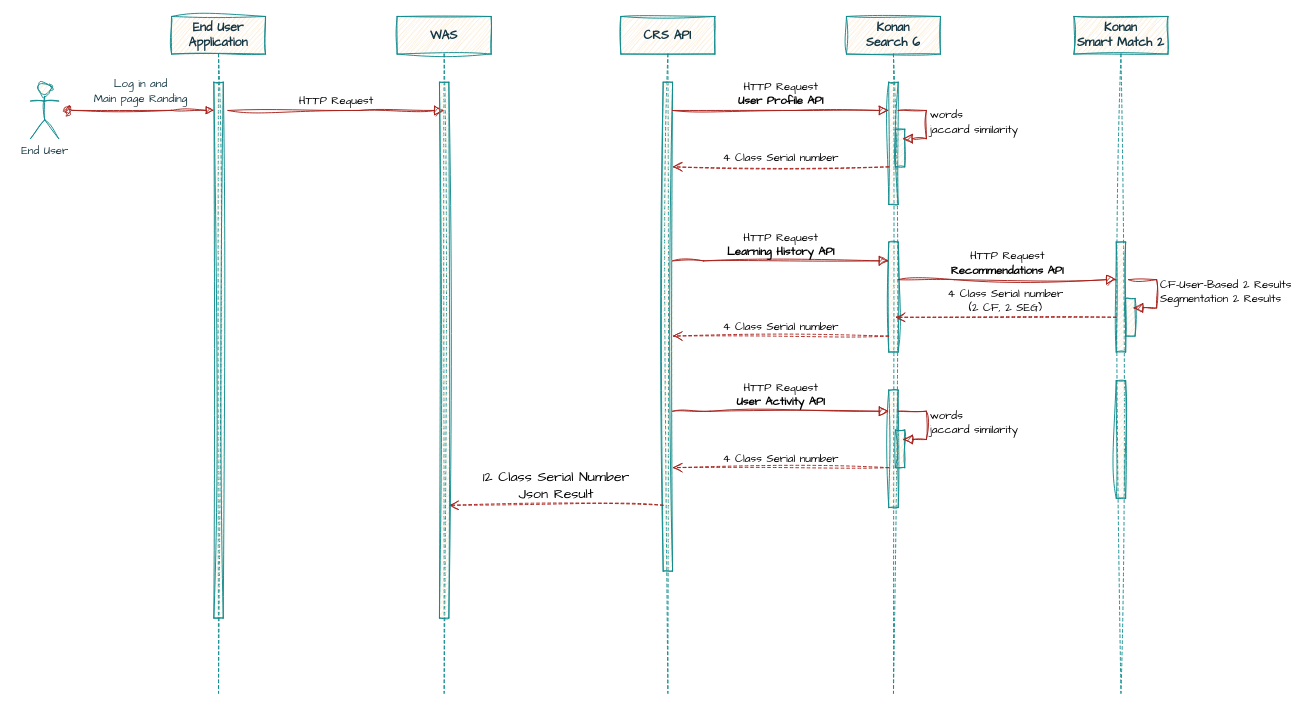
The draw.io diagram user_profile.drawio in k1mtaeye07/nile, before the edit. Source tidied: cells renumbered, new cells numbered last; positions are measured from the earlier drawing's top-left corner, leaving out a move shared by most shapes. Both pictures are drawn from the tidied source at 94%, with x=0, y=0 at pixel (30, 16).
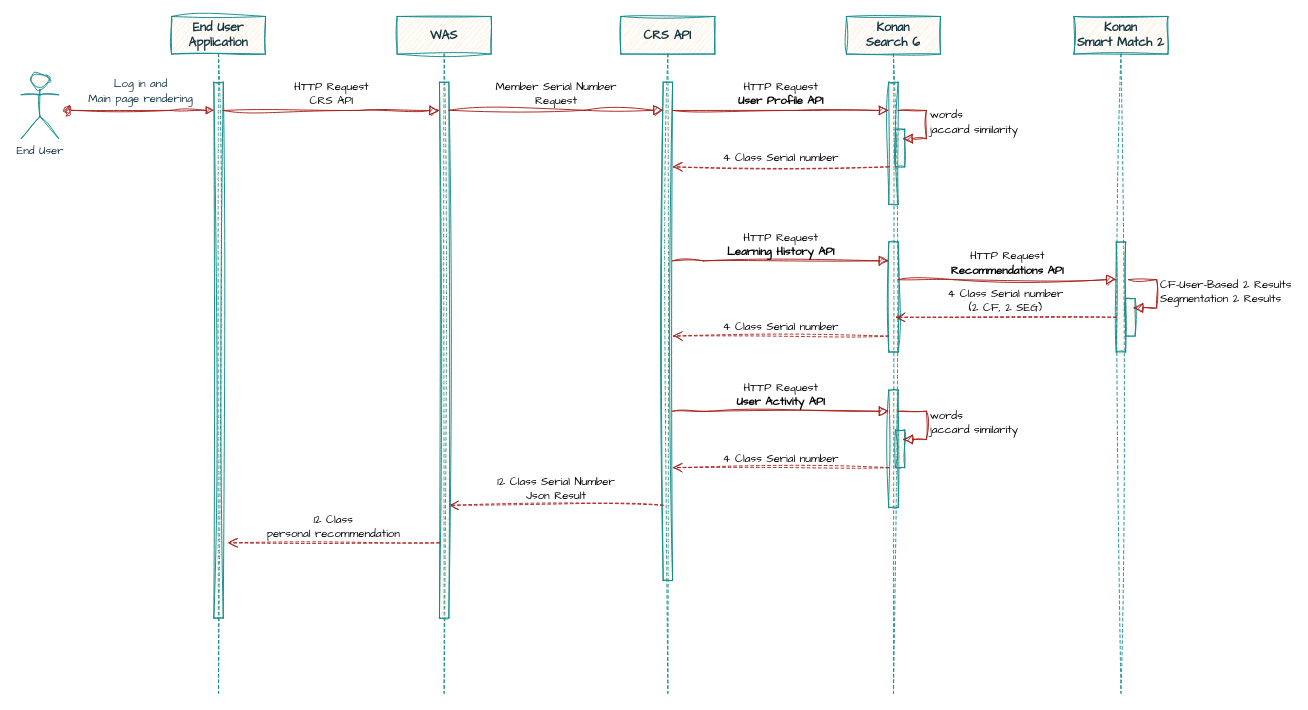
After the change.

Unchanged cells that the change refers to:
```xml
<mxCell id="3" style="html=1;points=[];perimeter=orthogonalPerimeter;outlineConnect=0;targetShapes=umlLifeline;portConstraint=eastwest;newEdgeStyle={&quot;edgeStyle&quot;:&quot;elbowEdgeStyle&quot;,&quot;elbow&quot;:&quot;vertical&quot;,&quot;curved&quot;:0,&quot;rounded&quot;:0};sketch=1;hachureGap=4;jiggle=2;curveFitting=1;fontFamily=Architects Daughter;labelBackgroundColor=none;fillColor=#FAE5C7;strokeColor=#0F8B8D;fontColor=#143642;" parent="2" vertex="1">
  <mxGeometry x="45" y="70" width="10" height="570" as="geometry" />
</mxCell>
<mxCell id="8" style="html=1;verticalAlign=bottom;startArrow=oval;endArrow=block;startSize=8;edgeStyle=elbowEdgeStyle;elbow=vertical;curved=0;rounded=0;sketch=1;hachureGap=4;jiggle=2;curveFitting=1;fontFamily=Architects Daughter;fontSize=12;labelBackgroundColor=none;strokeColor=#A8201A;fontColor=default;" parent="1" edge="1">
  <mxGeometry x="-0.01" relative="1" as="geometry">
    <mxPoint x="40" y="99.9" as="sourcePoint" />
    <mxPoint x="195" y="99.9" as="targetPoint" />
    <Array as="points">
      <mxPoint x="150" y="99.9" />
    </Array>
  </mxGeometry>
</mxCell>
<mxCell id="25" value="&lt;b style=&quot;font-size: 13px;&quot;&gt;&lt;font style=&quot;font-size: 13px;&quot;&gt;Konan&lt;/font&gt;&lt;/b&gt;&lt;div style=&quot;font-size: 13px;&quot;&gt;&lt;b&gt;Smart Match 2&lt;/b&gt;&lt;/div&gt;" style="shape=umlLifeline;perimeter=lifelinePerimeter;whiteSpace=wrap;html=1;newEdgeStyle={&quot;edgeStyle&quot;:&quot;elbowEdgeStyle&quot;,&quot;elbow&quot;:&quot;vertical&quot;,&quot;curved&quot;:0,&quot;rounded&quot;:0};sketch=1;hachureGap=4;jiggle=2;curveFitting=1;fontFamily=Architects Daughter;labelBackgroundColor=none;fillColor=#FAE5C7;strokeColor=#0F8B8D;fontColor=#143642;" parent="1" vertex="1">
  <mxGeometry x="1110" width="100" height="720" as="geometry" />
</mxCell>
<mxCell id="33" style="html=1;points=[];perimeter=orthogonalPerimeter;outlineConnect=0;targetShapes=umlLifeline;portConstraint=eastwest;newEdgeStyle={&quot;edgeStyle&quot;:&quot;elbowEdgeStyle&quot;,&quot;elbow&quot;:&quot;vertical&quot;,&quot;curved&quot;:0,&quot;rounded&quot;:0};sketch=1;hachureGap=4;jiggle=2;curveFitting=1;fontFamily=Architects Daughter;labelBackgroundColor=none;fillColor=#FAE5C7;strokeColor=#0F8B8D;fontColor=#143642;" parent="32" vertex="1">
  <mxGeometry x="45" y="70" width="10" height="570" as="geometry" />
</mxCell>
```

The edit, as a diff of the source:
```diff
@@
-    <mxCell id="4" value="&lt;b&gt;&lt;font style=&quot;font-size: 13px;&quot;&gt;CRS API&lt;/font&gt;&lt;/b&gt;" style="shape=umlLifeline;perimeter=lifelinePerimeter;whiteSpace=wrap;html=1;newEdgeStyle={&quot;edgeStyle&quot;:&quot;elbowEdgeStyle&quot;,&quot;elbow&quot;:&quot;vertical&quot;,&quot;curved&quot;:0,&quot;rounded&quot;:0};sketch=1;hachureGap=4;jiggle=2;curveFitting=1;fontFamily=Architects Daughter;labelBackgroundColor=none;fillColor=#FAE5C7;strokeColor=#0F8B8D;fontColor=#143642;" parent="1" vertex="1">
+    <mxCell id="4" value="&lt;b&gt;&lt;font style=&quot;font-size: 13px;&quot;&gt;CRS&amp;nbsp;&lt;/font&gt;&lt;/b&gt;&lt;b style=&quot;background-color: initial;&quot;&gt;&lt;font style=&quot;font-size: 13px;&quot;&gt;API&lt;/font&gt;&lt;/b&gt;" style="shape=umlLifeline;perimeter=lifelinePerimeter;whiteSpace=wrap;html=1;newEdgeStyle={&quot;edgeStyle&quot;:&quot;elbowEdgeStyle&quot;,&quot;elbow&quot;:&quot;vertical&quot;,&quot;curved&quot;:0,&quot;rounded&quot;:0};sketch=1;hachureGap=4;jiggle=2;curveFitting=1;fontFamily=Architects Daughter;labelBackgroundColor=none;fillColor=#FAE5C7;strokeColor=#0F8B8D;fontColor=#143642;" parent="1" vertex="1">
       <mxGeometry x="628" width="100" height="720" as="geometry" />
     </mxCell>
     <mxCell id="5" style="html=1;points=[];perimeter=orthogonalPerimeter;outlineConnect=0;targetShapes=umlLifeline;portConstraint=eastwest;newEdgeStyle={&quot;edgeStyle&quot;:&quot;elbowEdgeStyle&quot;,&quot;elbow&quot;:&quot;vertical&quot;,&quot;curved&quot;:0,&quot;rounded&quot;:0};sketch=1;hachureGap=4;jiggle=2;curveFitting=1;fontFamily=Architects Daughter;labelBackgroundColor=none;fillColor=#FAE5C7;strokeColor=#0F8B8D;fontColor=#143642;" parent="4" vertex="1">
-      <mxGeometry x="45" y="70" width="10" height="520" as="geometry" />
+      <mxGeometry x="45" y="70" width="10" height="530" as="geometry" />
     </mxCell>
-    <mxCell id="6" value="HTTP Request" style="html=1;verticalAlign=bottom;endArrow=block;edgeStyle=elbowEdgeStyle;elbow=vertical;curved=0;rounded=0;sketch=1;hachureGap=4;jiggle=2;curveFitting=1;fontFamily=Architects Daughter;fontSize=12;startSize=8;endSize=8;labelBackgroundColor=none;strokeColor=#A8201A;fontColor=default;" parent="1" edge="1">
+    <mxCell id="6" value="HTTP Request&lt;div&gt;CRS API&lt;/div&gt;" style="html=1;verticalAlign=bottom;endArrow=block;edgeStyle=elbowEdgeStyle;elbow=vertical;curved=0;rounded=0;sketch=1;hachureGap=4;jiggle=2;curveFitting=1;fontFamily=Architects Daughter;fontSize=12;startSize=8;endSize=8;labelBackgroundColor=none;strokeColor=#A8201A;fontColor=default;" parent="1" edge="1" source="3" target="33">
       <mxGeometry relative="1" as="geometry">
-        <mxPoint x="210" y="100" as="sourcePoint" />
-        <mxPoint x="440" y="100" as="targetPoint" />
         <Array as="points">
           <mxPoint x="350" y="100" />
           <mxPoint x="393" y="120" />
         </Array>
       </mxGeometry>
     </mxCell>
     <mxCell id="7" value="End User" style="shape=umlActor;verticalLabelPosition=bottom;verticalAlign=top;html=1;sketch=1;hachureGap=4;jiggle=2;curveFitting=1;fontFamily=Architects Daughter;labelBackgroundColor=none;fillColor=#FAE5C7;strokeColor=#0F8B8D;fontColor=#143642;" parent="1" vertex="1">
-      <mxGeometry y="70" width="30" height="60" as="geometry" />
+      <mxGeometry x="-10" y="60" width="40" height="70" as="geometry" />
     </mxCell>
@@
-    <mxCell id="9" value="Log in and&lt;div&gt;Main page Randing&lt;/div&gt;" style="edgeLabel;html=1;align=center;verticalAlign=middle;fontSize=12;sketch=1;hachureGap=4;jiggle=2;curveFitting=1;fontFamily=Architects Daughter;labelBackgroundColor=none;fontColor=#143642;" parent="8" vertex="1">
+    <mxCell id="9" value="Log in and&lt;div&gt;Main page rendering&lt;/div&gt;" style="edgeLabel;html=1;align=center;verticalAlign=middle;fontSize=12;sketch=1;hachureGap=4;jiggle=2;curveFitting=1;fontFamily=Architects Daughter;labelBackgroundColor=none;fontColor=#143642;" parent="8" vertex="1">
       <mxGeometry x="-0.61" y="3" relative="1" as="geometry">
         <mxPoint x="46" y="-17" as="offset" />
       </mxGeometry>
     </mxCell>
@@
-    <mxCell id="24" value="&lt;span style=&quot;font-size: 15px;&quot;&gt;12 Class Serial Number&lt;/span&gt;&lt;div&gt;&lt;span style=&quot;font-size: 15px;&quot;&gt;Json Result&lt;/span&gt;&lt;/div&gt;" style="html=1;verticalAlign=bottom;endArrow=open;dashed=1;endSize=8;curved=0;rounded=0;sketch=1;hachureGap=4;jiggle=2;curveFitting=1;fontFamily=Architects Daughter;fontSize=12;labelBackgroundColor=none;strokeColor=#A8201A;fontColor=default;" parent="1" edge="1">
+    <mxCell id="24" value="&lt;font style=&quot;font-size: 12px;&quot;&gt;12 Class Serial Number&lt;/font&gt;&lt;div style=&quot;&quot;&gt;&lt;font style=&quot;font-size: 12px;&quot;&gt;Json Result&lt;/font&gt;&lt;/div&gt;" style="html=1;verticalAlign=bottom;endArrow=open;dashed=1;endSize=8;curved=0;rounded=0;sketch=1;hachureGap=4;jiggle=2;curveFitting=1;fontFamily=Architects Daughter;fontSize=12;labelBackgroundColor=none;strokeColor=#A8201A;fontColor=default;" parent="1" edge="1">
       <mxGeometry relative="1" as="geometry">
         <mxPoint x="673" y="520" as="sourcePoint" />
         <mxPoint x="445" y="520" as="targetPoint" />
       </mxGeometry>
     </mxCell>
@@
-    <mxCell id="27" style="html=1;perimeter=orthogonalPerimeter;targetShapes=umlLifeline;newEdgeStyle={&quot;edgeStyle&quot;:&quot;elbowEdgeStyle&quot;,&quot;elbow&quot;:&quot;vertical&quot;,&quot;curved&quot;:0,&quot;rounded&quot;:0};sketch=1;hachureGap=4;jiggle=2;curveFitting=1;fontFamily=Architects Daughter;labelBackgroundColor=none;fillColor=#FAE5C7;strokeColor=#0F8B8D;fontColor=#143642;" parent="25" vertex="1">
-      <mxGeometry x="45" y="387.5" width="10" height="125" as="geometry" />
-    </mxCell>
@@
+    <mxCell id="34" value="Member Serial Number&lt;div&gt;Request&lt;/div&gt;" style="html=1;verticalAlign=bottom;endArrow=block;edgeStyle=elbowEdgeStyle;elbow=vertical;curved=0;rounded=0;sketch=1;hachureGap=4;jiggle=2;curveFitting=1;fontFamily=Architects Daughter;fontSize=12;startSize=8;endSize=8;labelBackgroundColor=none;strokeColor=#A8201A;fontColor=default;" parent="1" edge="1" source="33" target="5">
+      <mxGeometry relative="1" as="geometry">
+        <Array as="points">
+          <mxPoint x="590" y="99.8" />
+          <mxPoint x="633" y="119.8" />
+        </Array>
+      </mxGeometry>
+    </mxCell>
+    <mxCell id="35" value="&lt;font style=&quot;font-size: 12px;&quot;&gt;12 Class&lt;/font&gt;&lt;div style=&quot;&quot;&gt;&lt;span style=&quot;background-color: initial;&quot;&gt;&lt;font style=&quot;font-size: 12px;&quot;&gt;personal recommendation&lt;/font&gt;&lt;/span&gt;&lt;/div&gt;" style="html=1;verticalAlign=bottom;endArrow=open;dashed=1;endSize=8;curved=0;rounded=0;sketch=1;hachureGap=4;jiggle=2;curveFitting=1;fontFamily=Architects Daughter;fontSize=12;labelBackgroundColor=none;strokeColor=#A8201A;fontColor=default;" parent="1" edge="1" source="33">
+      <mxGeometry relative="1" as="geometry">
+        <mxPoint x="210" y="560" as="targetPoint" />
+      </mxGeometry>
+    </mxCell>
```
